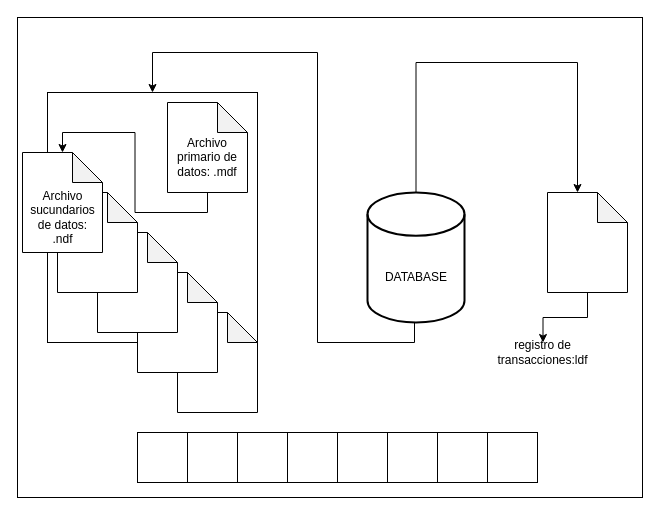
Before: Untitled Diagram.drawio in AnchundiaMoises/decorador, a draw.io diagram. Source tidied: cells renumbered, new cells numbered last; positions are measured from the earlier drawing's top-left corner, leaving out a move shared by most shapes. Both pictures are drawn from the tidied source at 100%, with x=0, y=0 at pixel (17, 17).
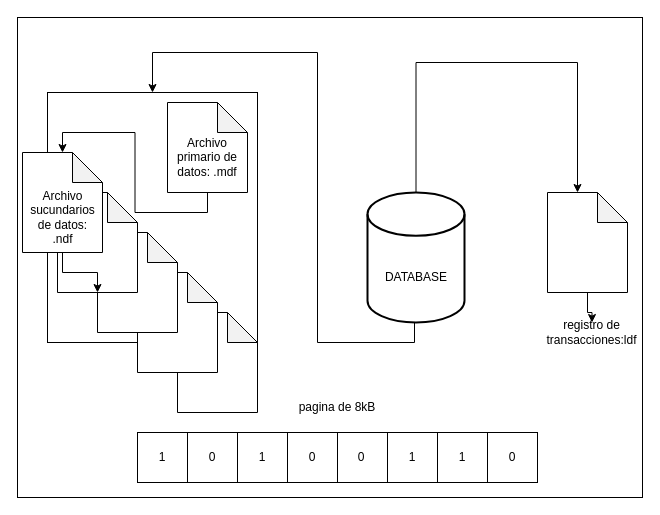
After the change.

The change refers to these unchanged cells:
```xml
<mxCell id="12" style="shape=note;whiteSpace=wrap;html=1;backgroundOutline=1;darkOpacity=0.05;" parent="1" vertex="1">
  <mxGeometry x="40" y="175" width="80" height="100" as="geometry" />
</mxCell>
<mxCell id="23" style="shape=note;whiteSpace=wrap;html=1;backgroundOutline=1;darkOpacity=0.05;" parent="1" vertex="1">
  <mxGeometry x="5" y="135" width="80" height="100" as="geometry" />
</mxCell>
```

The edit, as a diff of the source:
```diff
@@
+    <mxCell id="28" style="edgeStyle=orthogonalEdgeStyle;rounded=0;jettySize=auto;html=1;exitX=0.5;exitY=1;exitDx=0;exitDy=0;exitPerimeter=0;" parent="1" edge="1" source="23" target="12">
+      <mxGeometry relative="1" as="geometry" />
+    </mxCell>
@@
     <mxCell id="25" value="registro de transacciones:ldf" style="text;html=1;strokeColor=none;fillColor=none;align=center;verticalAlign=middle;whiteSpace=wrap;rounded=0;" parent="1" vertex="1">
-      <mxGeometry x="490" y="325" width="71" height="20" as="geometry" />
+      <mxGeometry x="539" y="305" width="71" height="20" as="geometry" />
     </mxCell>
@@
+    <mxCell id="29" value="1" style="text;html=1;strokeColor=none;fillColor=none;align=center;verticalAlign=middle;whiteSpace=wrap;rounded=0;" parent="1" vertex="1">
+      <mxGeometry x="125" y="430" width="40" height="20" as="geometry" />
+    </mxCell>
+    <mxCell id="30" value="1" style="text;html=1;strokeColor=none;fillColor=none;align=center;verticalAlign=middle;whiteSpace=wrap;rounded=0;" parent="1" vertex="1">
+      <mxGeometry x="225" y="430" width="40" height="20" as="geometry" />
+    </mxCell>
+    <mxCell id="31" value="1" style="text;html=1;strokeColor=none;fillColor=none;align=center;verticalAlign=middle;whiteSpace=wrap;rounded=0;" parent="1" vertex="1">
+      <mxGeometry x="375" y="430" width="40" height="20" as="geometry" />
+    </mxCell>
+    <mxCell id="32" value="1" style="text;html=1;strokeColor=none;fillColor=none;align=center;verticalAlign=middle;whiteSpace=wrap;rounded=0;" parent="1" vertex="1">
+      <mxGeometry x="425" y="430" width="40" height="20" as="geometry" />
+    </mxCell>
+    <mxCell id="33" value="0" style="text;html=1;strokeColor=none;fillColor=none;align=center;verticalAlign=middle;whiteSpace=wrap;rounded=0;" parent="1" vertex="1">
+      <mxGeometry x="175" y="430" width="40" height="20" as="geometry" />
+    </mxCell>
+    <mxCell id="34" value="0" style="text;html=1;strokeColor=none;fillColor=none;align=center;verticalAlign=middle;whiteSpace=wrap;rounded=0;" parent="1" vertex="1">
+      <mxGeometry x="275" y="430" width="40" height="20" as="geometry" />
+    </mxCell>
+    <mxCell id="35" value="0" style="text;html=1;strokeColor=none;fillColor=none;align=center;verticalAlign=middle;whiteSpace=wrap;rounded=0;" parent="1" vertex="1">
+      <mxGeometry x="323.5" y="430" width="40" height="20" as="geometry" />
+    </mxCell>
+    <mxCell id="36" value="0" style="text;html=1;strokeColor=none;fillColor=none;align=center;verticalAlign=middle;whiteSpace=wrap;rounded=0;" parent="1" vertex="1">
+      <mxGeometry x="475" y="430" width="40" height="20" as="geometry" />
+    </mxCell>
+    <mxCell id="37" value="pagina de 8kB" style="text;html=1;strokeColor=none;fillColor=none;align=center;verticalAlign=middle;whiteSpace=wrap;rounded=0;" parent="1" vertex="1">
+      <mxGeometry x="270" y="365" width="100" height="50" as="geometry" />
+    </mxCell>
```
